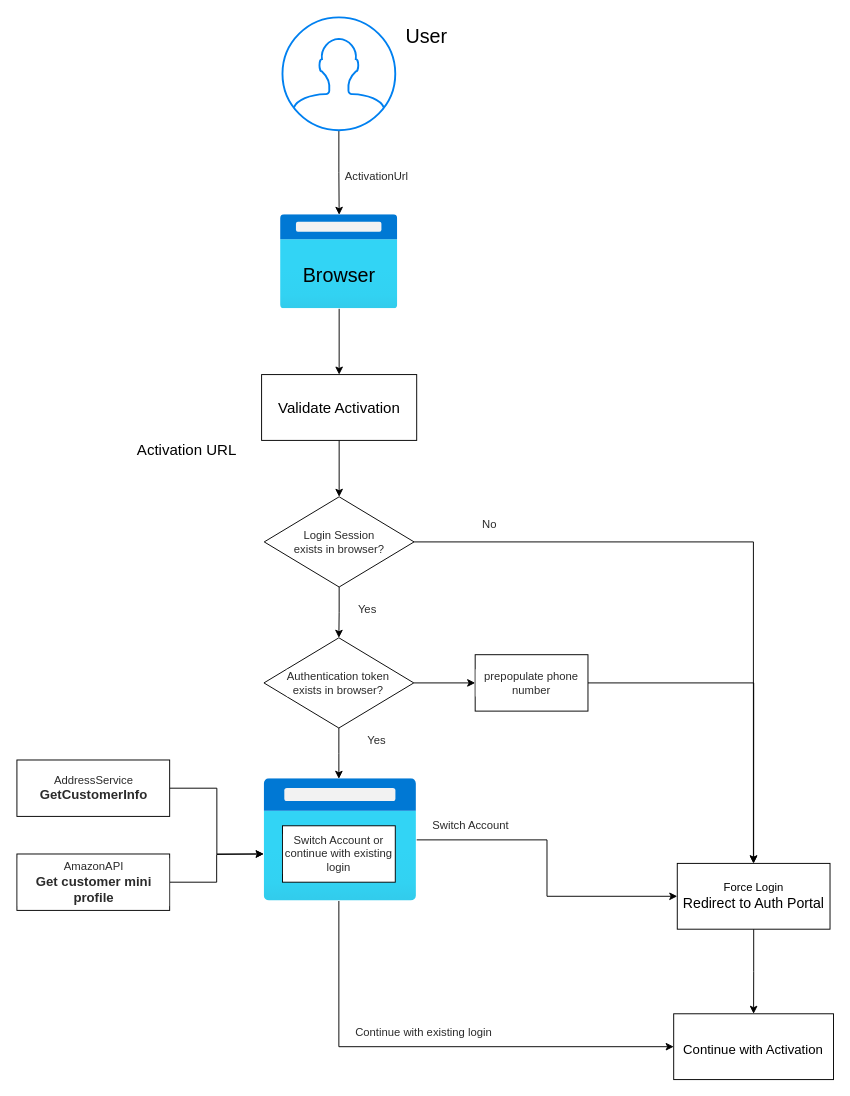
Earlier version of the draw.io diagram V1ActivationNewFlow.drawio (nipunsoni23/Portfolio). Source tidied: cells renumbered, new cells numbered last; positions are measured from the earlier drawing's top-left corner, leaving out a move shared by most shapes. Both pictures are drawn from the tidied source at 94%, with x=0, y=0 at pixel (17, 17).
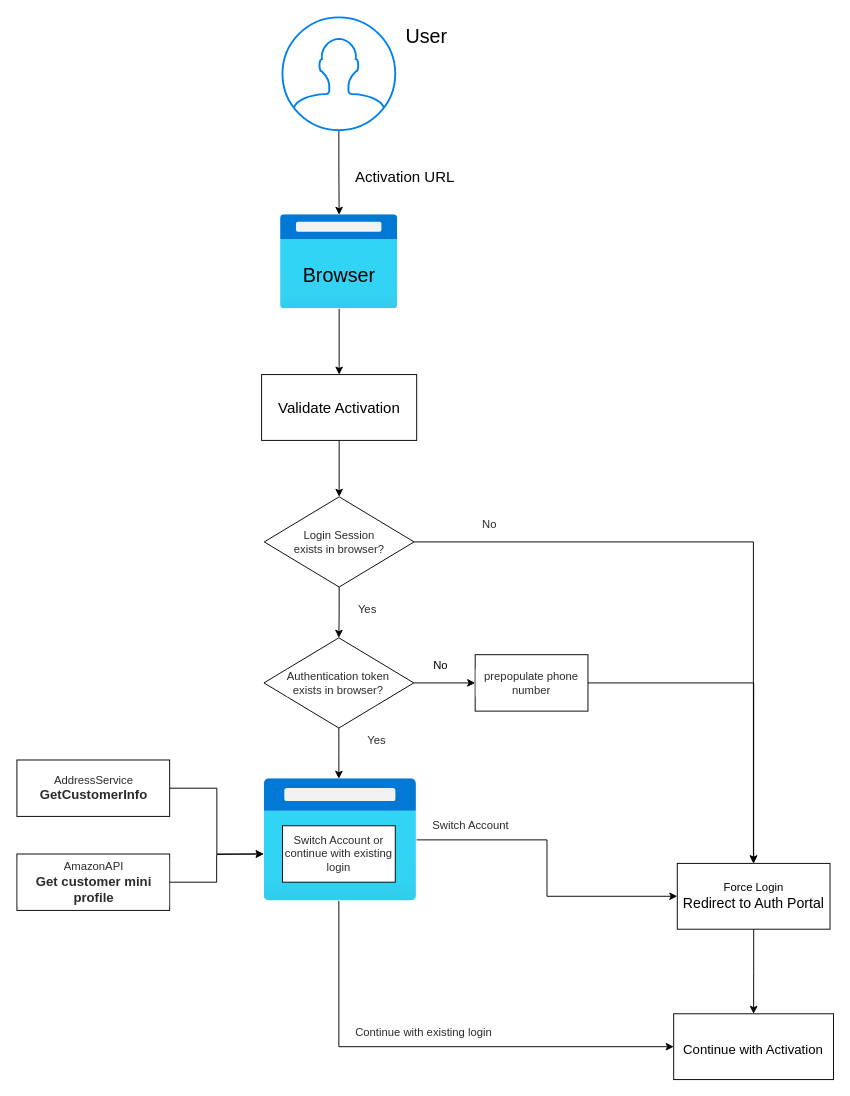
After the change.

Diff of the diagram source:
```diff
@@
     <mxCell id="13" value="Activation URL" style="text;html=1;align=center;verticalAlign=middle;strokeColor=none;fillColor=none;fontSize=16;" parent="1" vertex="1">
-      <mxGeometry x="119.5" y="450" width="120" height="20" as="geometry" />
+      <mxGeometry x="352" y="160" width="120" height="20" as="geometry" />
     </mxCell>
-    <mxCell id="14" value="ActivationUrl" style="text;html=1;align=center;verticalAlign=middle;strokeColor=none;fillColor=none;fontColor=#2B2B2B;" parent="1" vertex="1">
-      <mxGeometry x="342" y="160" width="80" height="20" as="geometry" />
-    </mxCell>
@@
+    <mxCell id="36" value="No" style="text;html=1;align=center;verticalAlign=middle;strokeColor=none;fillColor=none;" parent="1" vertex="1">
+      <mxGeometry x="434.8" y="680" width="30" height="20" as="geometry" />
+    </mxCell>
```
